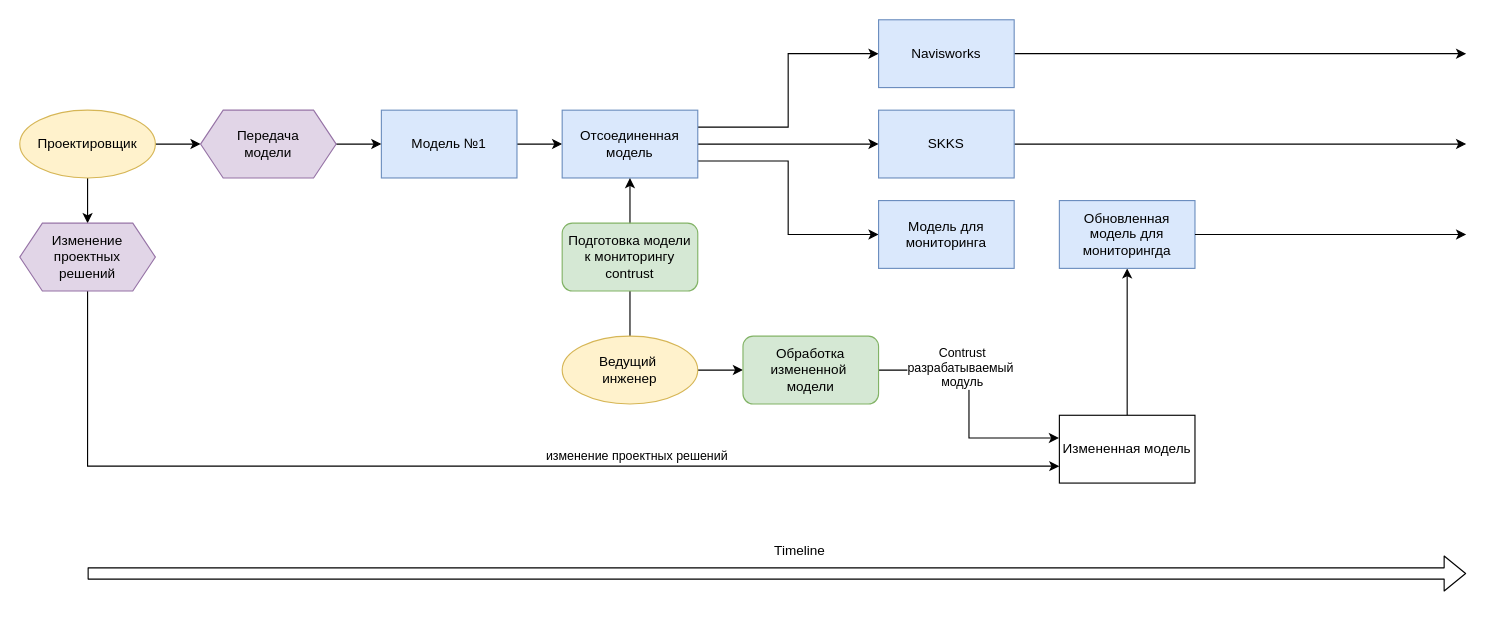
The draw.io diagram Untitled Diagram.drawio in dnkngh/-, before the edit. Source tidied: cells renumbered, new cells numbered last; positions are measured from the earlier drawing's top-left corner, leaving out a move shared by most shapes. Both pictures are drawn from the tidied source at 113%, with x=0, y=0 at pixel (19, 19).
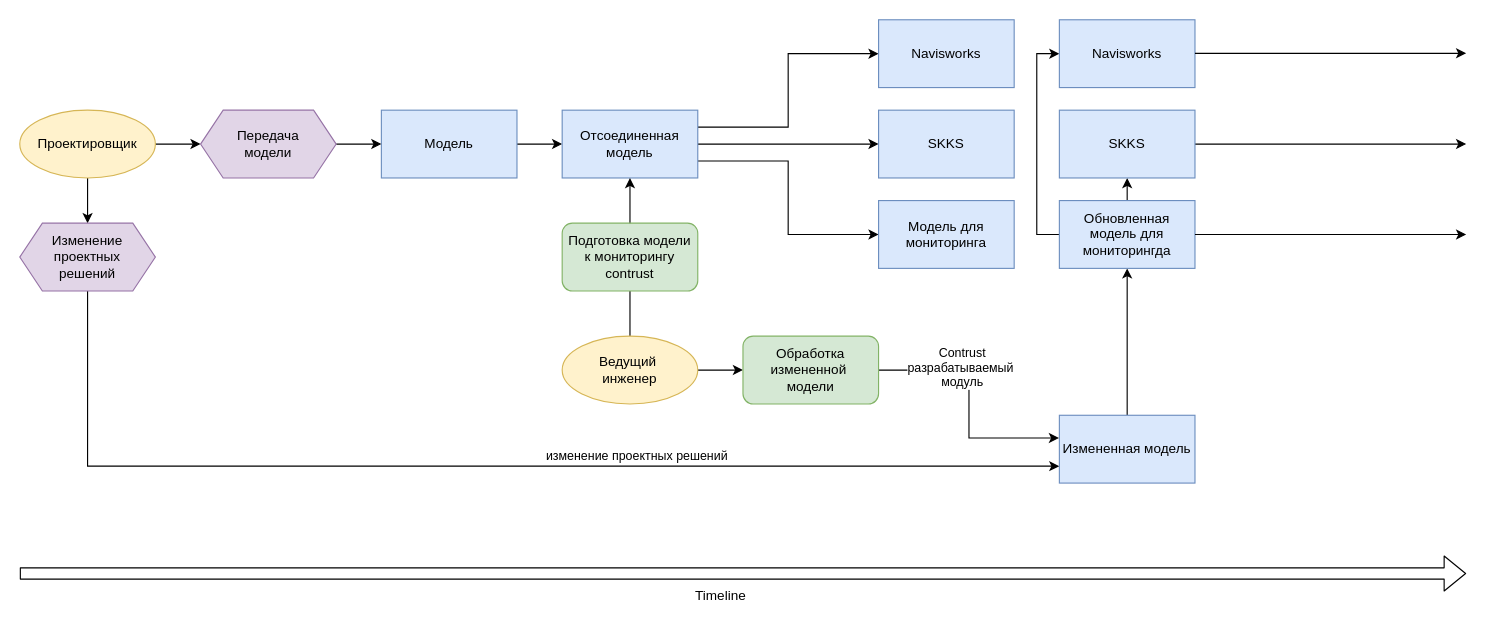
The same page after the edit.

The change refers to these unchanged cells:
```xml
<mxCell id="12" value="Navisworks" style="rounded=0;whiteSpace=wrap;html=1;shadow=0;glass=0;sketch=0;imageWidth=24;imageHeight=24;fillColor=#dae8fc;strokeColor=#6c8ebf;" parent="1" vertex="1">
  <mxGeometry x="760" width="120" height="60" as="geometry" />
</mxCell>
<mxCell id="14" value="SKKS" style="rounded=0;whiteSpace=wrap;html=1;shadow=0;glass=0;sketch=0;imageWidth=24;imageHeight=24;fillColor=#dae8fc;strokeColor=#6c8ebf;" parent="1" vertex="1">
  <mxGeometry x="760" y="80" width="120" height="60" as="geometry" />
</mxCell>
<mxCell id="18" value="Обновленная модель для мониторингда" style="rounded=0;whiteSpace=wrap;html=1;shadow=0;glass=0;sketch=0;imageWidth=24;imageHeight=24;fillColor=#dae8fc;strokeColor=#6c8ebf;" parent="1" vertex="1">
  <mxGeometry x="920" y="160" width="120" height="60" as="geometry" />
</mxCell>
```

What changed in the source:
```diff
@@
-    <mxCell id="5" value="Модель №1" style="rounded=0;whiteSpace=wrap;html=1;shadow=0;glass=0;sketch=0;fillColor=#dae8fc;strokeColor=#6c8ebf;" parent="1" vertex="1">
+    <mxCell id="5" value="Модель" style="rounded=0;whiteSpace=wrap;html=1;shadow=0;glass=0;sketch=0;fillColor=#dae8fc;strokeColor=#6c8ebf;" parent="1" vertex="1">
       <mxGeometry x="320" y="80" width="120" height="60" as="geometry" />
     </mxCell>
@@
-    <mxCell id="11" style="edgeStyle=orthogonalEdgeStyle;rounded=0;jettySize=auto;html=1;exitX=1;exitY=0.5;exitDx=0;exitDy=0;" parent="1" edge="1" source="12">
-      <mxGeometry relative="1" as="geometry">
-        <mxPoint x="1280" y="30" as="targetPoint" />
-        <Array as="points">
-          <mxPoint x="1280" y="30" />
-        </Array>
-      </mxGeometry>
-    </mxCell>
@@
-    <mxCell id="13" style="edgeStyle=orthogonalEdgeStyle;rounded=0;jettySize=auto;html=1;exitX=1;exitY=0.5;exitDx=0;exitDy=0;" parent="1" edge="1" source="14">
+    <mxCell id="13" style="edgeStyle=orthogonalEdgeStyle;rounded=0;jettySize=auto;html=1;" parent="1" edge="1" source="36">
       <mxGeometry relative="1" as="geometry">
         <mxPoint x="1280" y="110" as="targetPoint" />
       </mxGeometry>
     </mxCell>
@@
-    <mxCell id="17" value="Измененная модель" style="rounded=0;whiteSpace=wrap;html=1;shadow=0;glass=0;sketch=0;" parent="1" vertex="1">
+    <mxCell id="17" value="Измененная модель" style="rounded=0;whiteSpace=wrap;html=1;shadow=0;glass=0;sketch=0;fillColor=#dae8fc;strokeColor=#6c8ebf;" parent="1" vertex="1">
       <mxGeometry x="920" y="350" width="120" height="60" as="geometry" />
     </mxCell>
+    <mxCell id="34" style="edgeStyle=orthogonalEdgeStyle;rounded=0;jettySize=auto;html=1;exitX=0.5;exitY=0;exitDx=0;exitDy=0;entryX=0.5;entryY=1;entryDx=0;entryDy=0;" parent="1" edge="1" source="18" target="36">
+      <mxGeometry relative="1" as="geometry" />
+    </mxCell>
+    <mxCell id="35" style="edgeStyle=orthogonalEdgeStyle;rounded=0;jettySize=auto;html=1;exitX=0;exitY=0.5;exitDx=0;exitDy=0;entryX=0;entryY=0.5;entryDx=0;entryDy=0;" parent="1" edge="1" source="18" target="37">
+      <mxGeometry relative="1" as="geometry" />
+    </mxCell>
@@
     <mxCell id="27" style="shape=flexArrow;endArrow=classic;html=1;" parent="1" edge="1">
       <mxGeometry relative="1" as="geometry">
-        <mxPoint x="60" y="490" as="sourcePoint" />
+        <mxPoint y="490" as="sourcePoint" />
         <mxPoint x="1280" y="490" as="targetPoint" />
       </mxGeometry>
     </mxCell>
     <mxCell id="28" value="Timeline" style="text;html=1;align=center;verticalAlign=middle;strokeColor=none;" parent="1" vertex="1">
-      <mxGeometry x="660" y="460" width="60" height="20" as="geometry" />
+      <mxGeometry x="590" y="500" width="60" height="20" as="geometry" />
     </mxCell>
@@
+    <mxCell id="36" value="SKKS" style="rounded=0;whiteSpace=wrap;html=1;shadow=0;glass=0;sketch=0;imageWidth=24;imageHeight=24;fillColor=#dae8fc;strokeColor=#6c8ebf;" parent="1" vertex="1">
+      <mxGeometry x="920" y="80" width="120" height="60" as="geometry" />
+    </mxCell>
+    <mxCell id="37" value="Navisworks" style="rounded=0;whiteSpace=wrap;html=1;shadow=0;glass=0;sketch=0;imageWidth=24;imageHeight=24;fillColor=#dae8fc;strokeColor=#6c8ebf;" parent="1" vertex="1">
+      <mxGeometry x="920" width="120" height="60" as="geometry" />
+    </mxCell>
+    <mxCell id="38" style="edgeStyle=orthogonalEdgeStyle;rounded=0;orthogonalLoop=1;jettySize=auto;html=1;" parent="1" edge="1">
+      <mxGeometry relative="1" as="geometry">
+        <mxPoint x="1040" y="29.7" as="sourcePoint" />
+        <mxPoint x="1280" y="29.7" as="targetPoint" />
+      </mxGeometry>
+    </mxCell>
```
